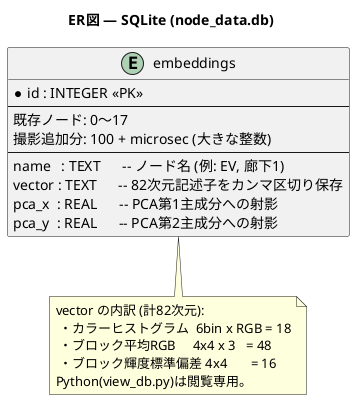
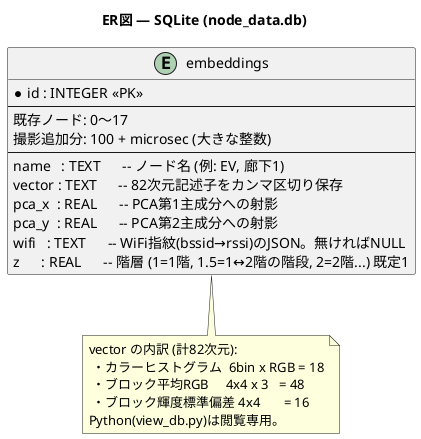
@startuml er_database
title ER図 — SQLite (node_data.db)

skinparam linetype ortho

entity "embeddings" as e {
  * id : INTEGER <<PK>>
  --
  既存ノード: 0〜17
  撮影追加分: 100 + microsec (大きな整数)
  --
  name   : TEXT      -- ノード名 (例: EV, 廊下1)
  vector : TEXT      -- 82次元記述子をカンマ区切り保存
  pca_x  : REAL      -- PCA第1主成分への射影
  pca_y  : REAL      -- PCA第2主成分への射影
+   wifi   : TEXT      -- WiFi指紋(bssid→rssi)のJSON。無ければNULL
+   z      : REAL      -- 階層 (1=1階, 1.5=1↔2階の階段, 2=2階...) 既定1
}

note bottom of e
  vector の内訳 (計82次元):
   ・カラーヒストグラム  6bin x RGB = 18
   ・ブロック平均RGB     4x4 x 3   = 48
   ・ブロック輝度標準偏差 4x4       = 16
  Python(view_db.py)は閲覧専用。
end note

@enduml
